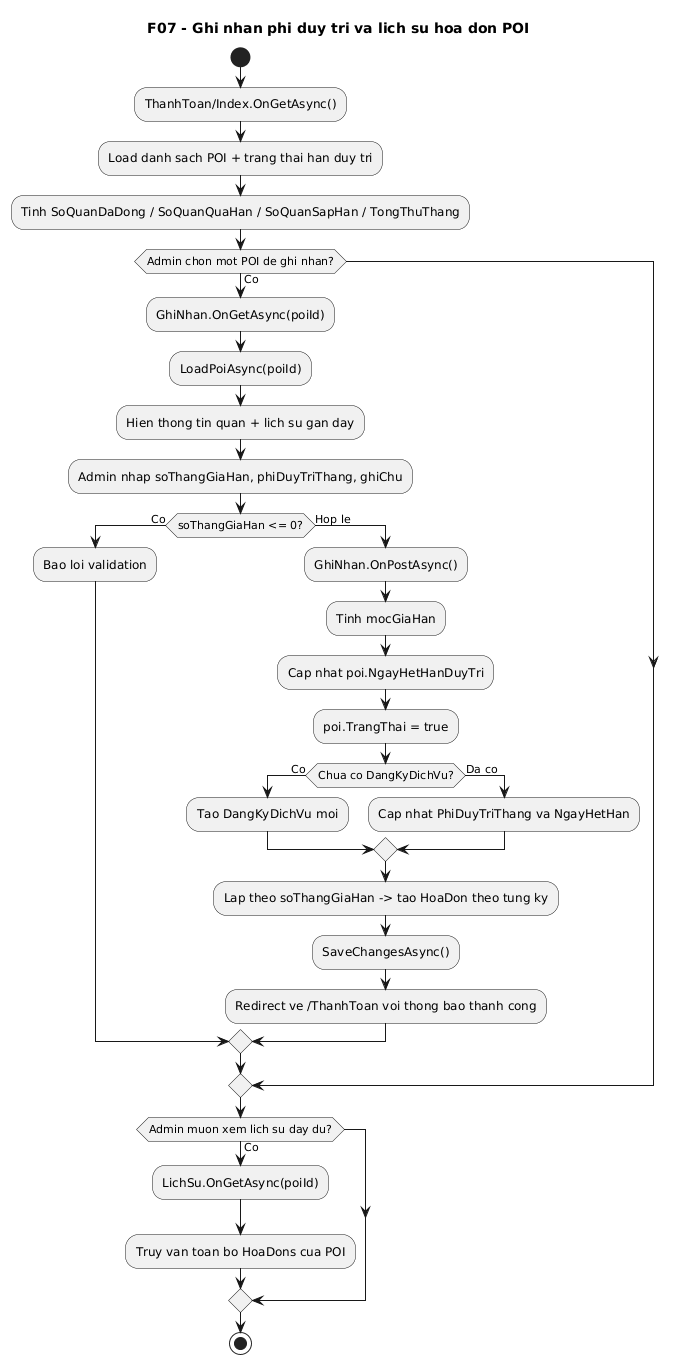
Above: docs/diagrams/png/07-maintenance-payment-activity.png in VoBao182/PhoAmThuc (PlantUML), before the change.
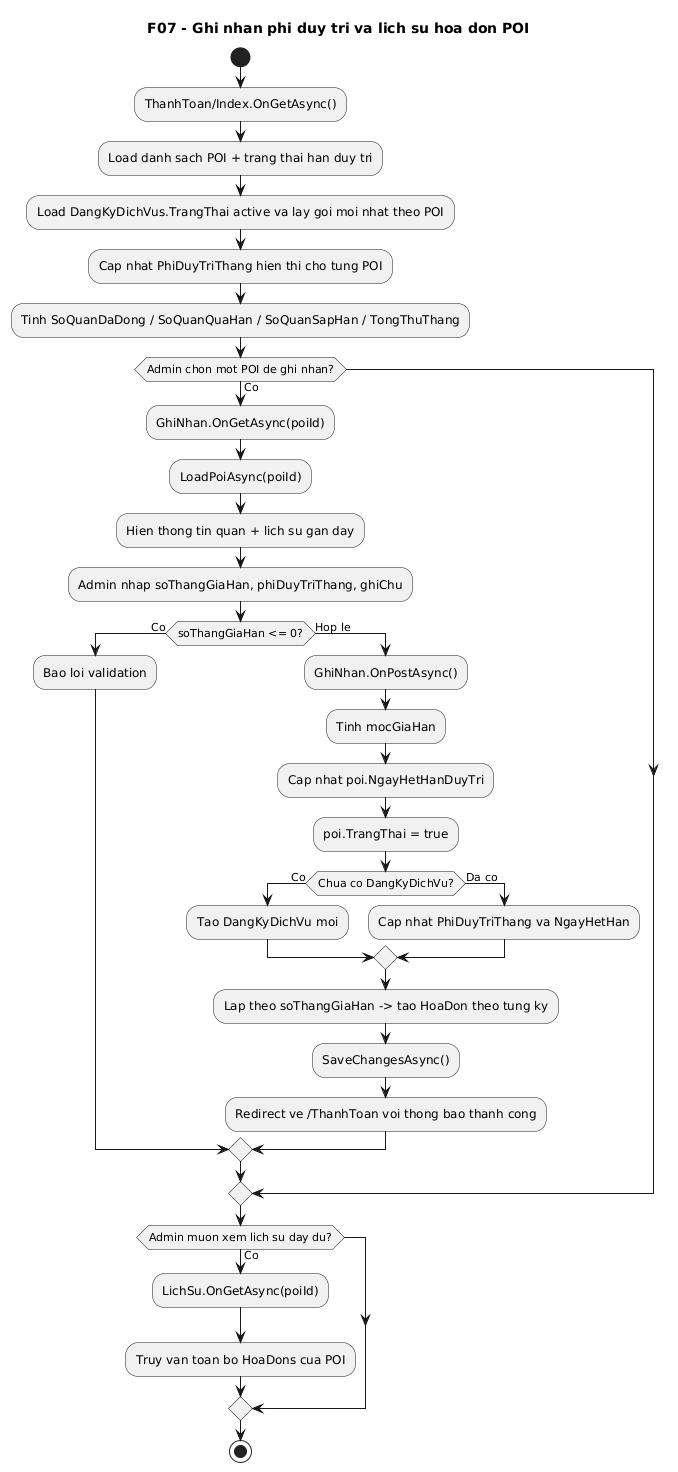
The same diagram one commit later.

Diff of the diagram source:
```diff
@@ -3,6 +3,8 @@
 start
 :ThanhToan/Index.OnGetAsync();
 :Load danh sach POI + trang thai han duy tri;
+:Load DangKyDichVus.TrangThai active va lay goi moi nhat theo POI;
+:Cap nhat PhiDuyTriThang hien thi cho tung POI;
 :Tinh SoQuanDaDong / SoQuanQuaHan / SoQuanSapHan / TongThuThang;
 
 if (Admin chon mot POI de ghi nhan?) then (Co)
```
